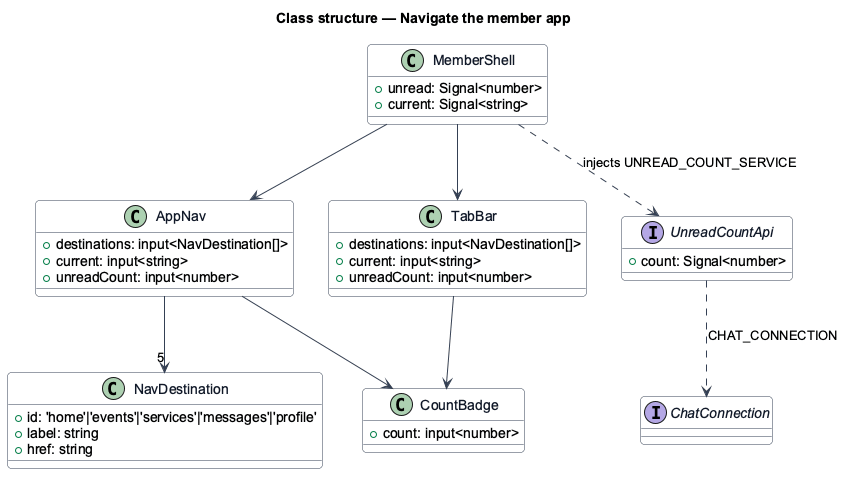
Above: docs/detailed-designs/member-home/navigate-member-app/diagrams/class-structure.png in QuinntyneBrown/christian-fitness (PlantUML), before the change. Source of this version:
```plantuml
@startuml
skinparam backgroundColor #FFFFFF
skinparam shadowing false
skinparam roundcorner 8
skinparam defaultFontName Arial
skinparam ArrowColor #344054
skinparam class {
  BorderColor #344054
  FontColor #101828
  BackgroundColor #F9FAFB
}
title Class structure — Navigate the member app
class MemberShell {
  +unread: Signal<number>
  +current: Signal<string>
}
class AppNav {
  +destinations: input<NavDestination[]>
  +current: input<string>
  +unreadCount: input<number>
}
class TabBar {
  +destinations: input<NavDestination[]>
  +current: input<string>
  +unreadCount: input<number>
}
class CountBadge {
  +count: input<number>
}
class NavDestination {
  +id: 'home'|'events'|'services'|'messages'|'profile'
  +label: string
  +href: string
}
interface UnreadCountApi {
  +count: Signal<number>
}
interface ChatConnection
MemberShell --> AppNav
MemberShell --> TabBar
AppNav --> CountBadge
TabBar --> CountBadge
AppNav --> "5" NavDestination
MemberShell ..> UnreadCountApi : injects UNREAD_COUNT_SERVICE
UnreadCountApi ..> ChatConnection : CHAT_CONNECTION
@enduml
```
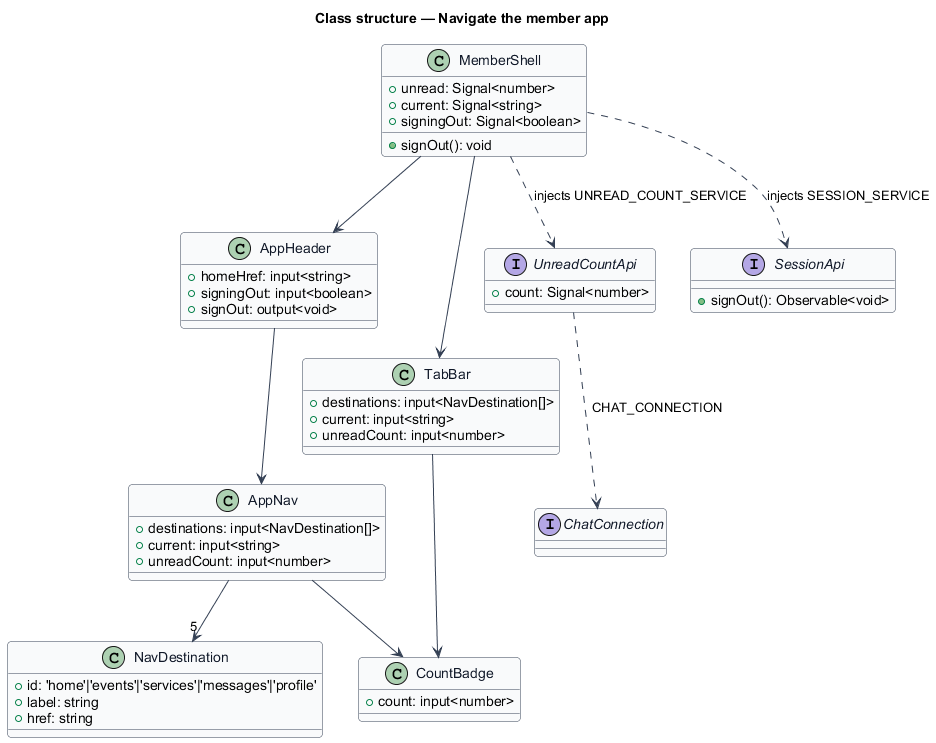
The same diagram one commit later.

Change to the diagram source:
```diff
@@ -13,6 +13,13 @@
 class MemberShell {
   +unread: Signal<number>
   +current: Signal<string>
+  +signingOut: Signal<boolean>
+  +signOut(): void
+}
+class AppHeader {
+  +homeHref: input<string>
+  +signingOut: input<boolean>
+  +signOut: output<void>
 }
 class AppNav {
   +destinations: input<NavDestination[]>
@@ -35,12 +42,17 @@
 interface UnreadCountApi {
   +count: Signal<number>
 }
+interface SessionApi {
+  +signOut(): Observable<void>
+}
 interface ChatConnection
-MemberShell --> AppNav
+MemberShell --> AppHeader
+AppHeader --> AppNav
 MemberShell --> TabBar
 AppNav --> CountBadge
 TabBar --> CountBadge
 AppNav --> "5" NavDestination
 MemberShell ..> UnreadCountApi : injects UNREAD_COUNT_SERVICE
+MemberShell ..> SessionApi : injects SESSION_SERVICE
 UnreadCountApi ..> ChatConnection : CHAT_CONNECTION
 @enduml
```
